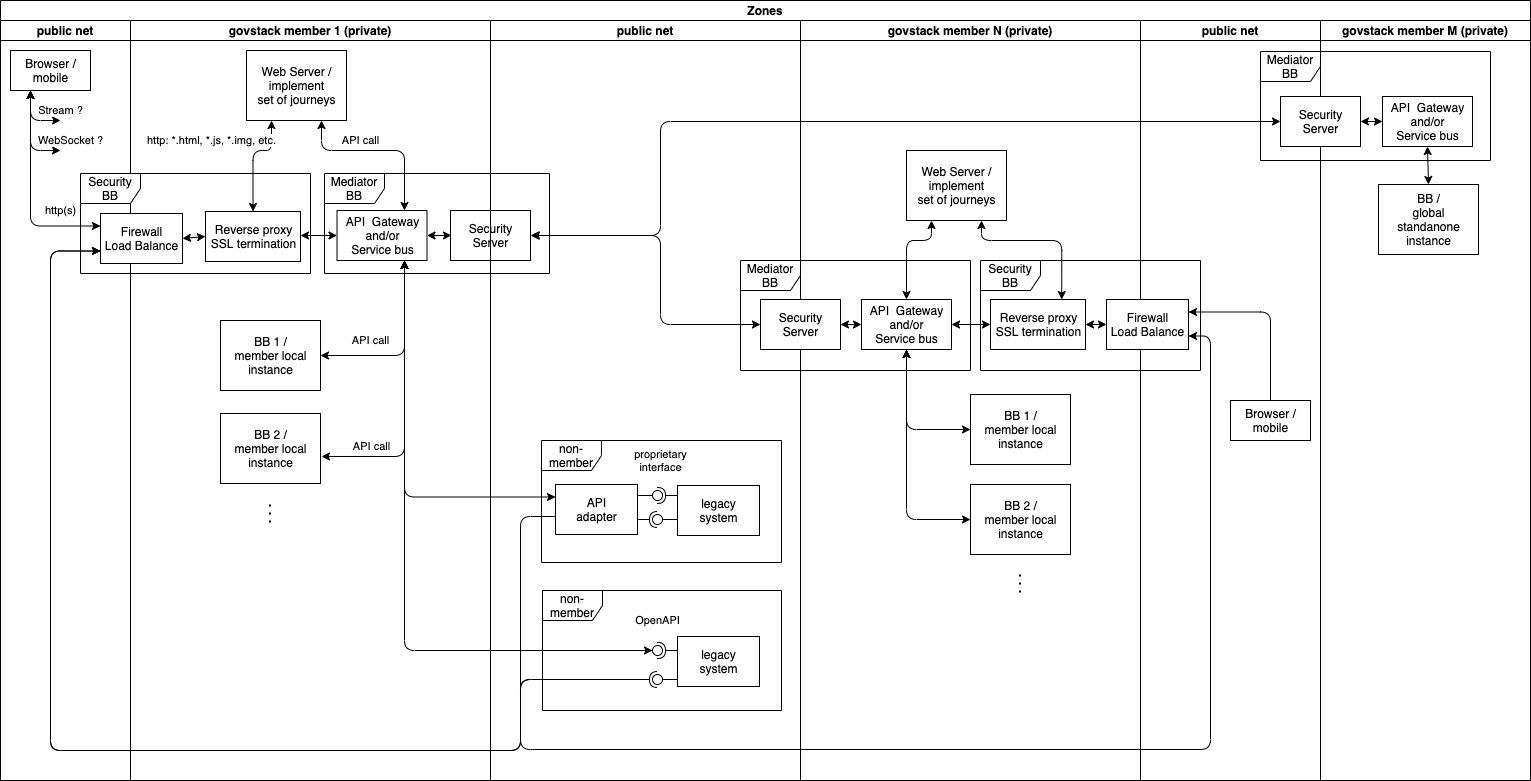
This is IM/diagrams/global-picture.drawio.png from GovStackWorkingGroup/BuildingBlockAPI, a draw.io export, as it was before one commit. Source tidied: cells renumbered, new cells last; positions are measured from the earlier drawing's top-left corner, leaving out a move shared by most shapes.
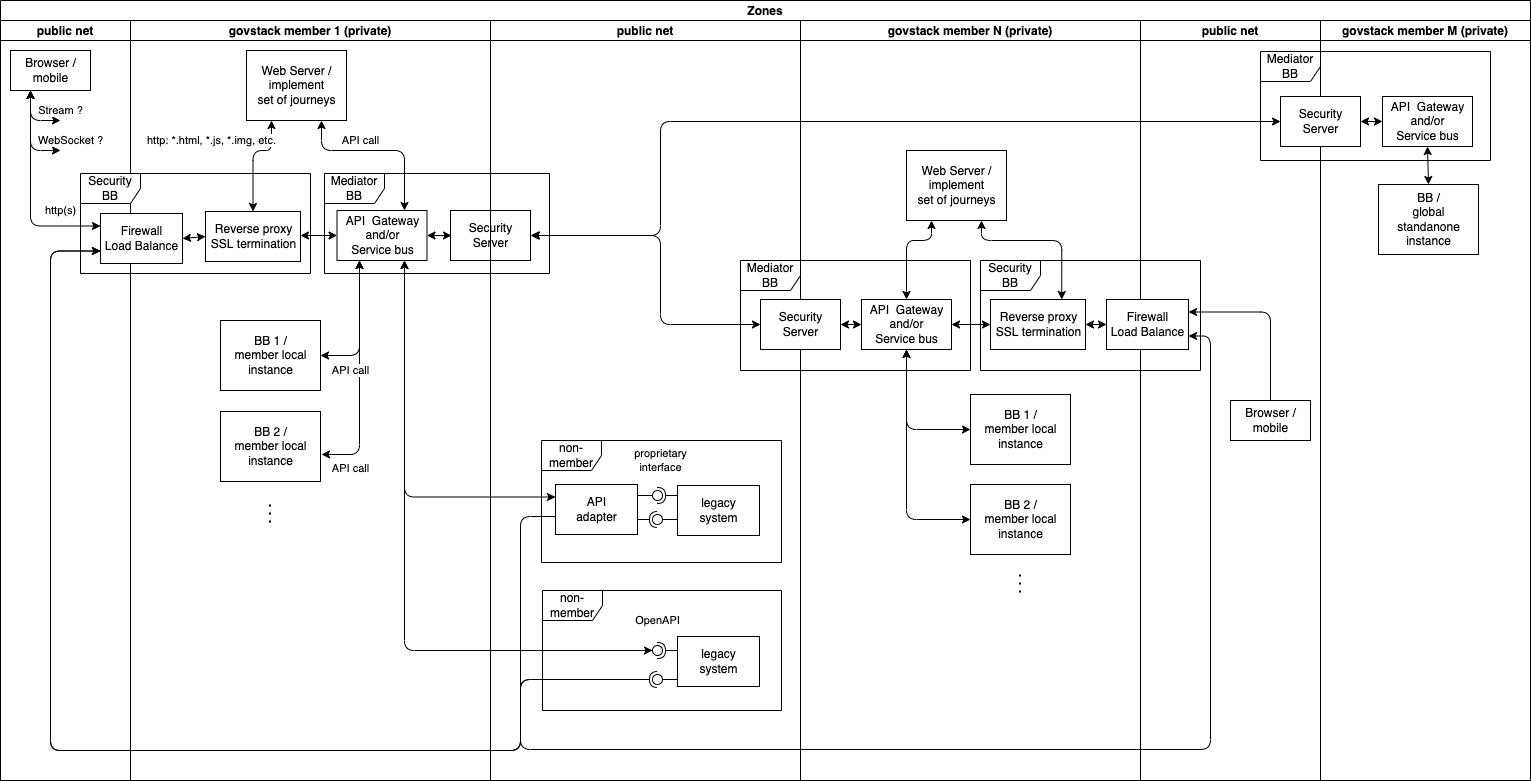
Later version of the same file.

Commit message:
Separate lines from API Gateway to internal BB and external systems

Diff of the diagram source:
```diff
@@ -14,7 +14,7 @@
     <mxCell id="5" value="Browser /&lt;br&gt;mobile" style="html=1;" parent="3" vertex="1">
       <mxGeometry x="1230" y="380" width="80" height="40" as="geometry" />
     </mxCell>
-    <mxCell id="6" value="govstack member 1 (private)" style="swimlane;startSize=20;" parent="2" vertex="1">
+    <mxCell id="6" value="govstack member 1 (private)" style="swimlane;startSize=20;fillColor=default;" parent="2" vertex="1">
       <mxGeometry x="130" y="20" width="360" height="760" as="geometry" />
     </mxCell>
     <mxCell id="7" value="Web Server /&lt;br&gt;implement&lt;br&gt;set of journeys" style="html=1;" parent="6" vertex="1">
@@ -30,7 +30,7 @@
       <mxGeometry x="206.5" y="190" width="90" height="50" as="geometry" />
     </mxCell>
     <mxCell id="11" value="BB 2 /&lt;br&gt;member local&lt;br&gt;instance" style="html=1;" parent="6" vertex="1">
-      <mxGeometry x="90" y="393" width="100" height="70" as="geometry" />
+      <mxGeometry x="90" y="391" width="100" height="70" as="geometry" />
     </mxCell>
     <mxCell id="12" value="Reverse proxy&lt;br&gt;SSL termination" style="html=1;" parent="6" vertex="1">
       <mxGeometry x="75" y="191" width="95" height="50" as="geometry" />
@@ -64,11 +64,11 @@
         </Array>
       </mxGeometry>
     </mxCell>
-    <mxCell id="18" value="API call" style="endArrow=classic;startArrow=classic;html=1;entryX=0.75;entryY=1;entryDx=0;entryDy=0;exitX=1.01;exitY=0.614;exitDx=0;exitDy=0;exitPerimeter=0;edgeStyle=orthogonalEdgeStyle;" parent="6" edge="1" source="11" target="10">
-      <mxGeometry x="-0.65" y="10" relative="1" as="geometry" />
+    <mxCell id="18" value="API call" style="endArrow=classic;startArrow=classic;html=1;entryX=0.25;entryY=1;entryDx=0;entryDy=0;exitX=1.01;exitY=0.614;exitDx=0;exitDy=0;exitPerimeter=0;edgeStyle=orthogonalEdgeStyle;" parent="6" edge="1" source="11" target="10">
+      <mxGeometry x="-0.75" y="-14" relative="1" as="geometry" />
     </mxCell>
-    <mxCell id="19" value="API call" style="endArrow=classic;startArrow=classic;html=1;entryX=0.75;entryY=1;entryDx=0;entryDy=0;exitX=1;exitY=0.5;exitDx=0;exitDy=0;edgeStyle=orthogonalEdgeStyle;" parent="6" edge="1" source="8" target="10">
-      <mxGeometry x="-0.44" y="15" relative="1" as="geometry" />
+    <mxCell id="19" value="API call" style="endArrow=classic;startArrow=classic;html=1;entryX=0.25;entryY=1;entryDx=0;entryDy=0;exitX=1;exitY=0.5;exitDx=0;exitDy=0;edgeStyle=orthogonalEdgeStyle;" parent="6" edge="1" source="8" target="10">
+      <mxGeometry x="-0.55" y="-15" relative="1" as="geometry" />
     </mxCell>
     <mxCell id="20" style="endArrow=classic;startArrow=classic;html=1;entryX=0;entryY=0.5;entryDx=0;entryDy=0;exitX=1;exitY=0.5;exitDx=0;exitDy=0;edgeStyle=orthogonalEdgeStyle;" parent="6" edge="1" source="10">
       <mxGeometry relative="1" as="geometry">
@@ -80,9 +80,6 @@
         <mxPoint x="170" y="215" as="targetPoint" />
       </mxGeometry>
     </mxCell>
-    <mxCell id="22" value="Security&lt;br&gt;Server" style="html=1;" parent="6" vertex="1">
-      <mxGeometry x="320" y="190" width="80" height="50" as="geometry" />
-    </mxCell>
     <mxCell id="23" value="Web Server /&lt;br&gt;implement&lt;br&gt;set of journeys" style="html=1;" parent="6" vertex="1">
       <mxGeometry x="776" y="130" width="100" height="70" as="geometry" />
     </mxCell>
@@ -95,6 +92,9 @@
     <mxCell id="25" value="Security BB" style="shape=umlFrame;whiteSpace=wrap;html=1;" parent="6" vertex="1">
       <mxGeometry x="-50" y="153" width="230" height="100" as="geometry" />
     </mxCell>
+    <mxCell id="22" value="Security&lt;br&gt;Server" style="html=1;fillColor=default;" parent="6" vertex="1">
+      <mxGeometry x="320" y="190" width="80" height="50" as="geometry" />
+    </mxCell>
     <mxCell id="26" value="public net" style="swimlane;startSize=20;" parent="2" vertex="1">
       <mxGeometry x="490" y="20" width="310" height="760" as="geometry" />
     </mxCell>
```
